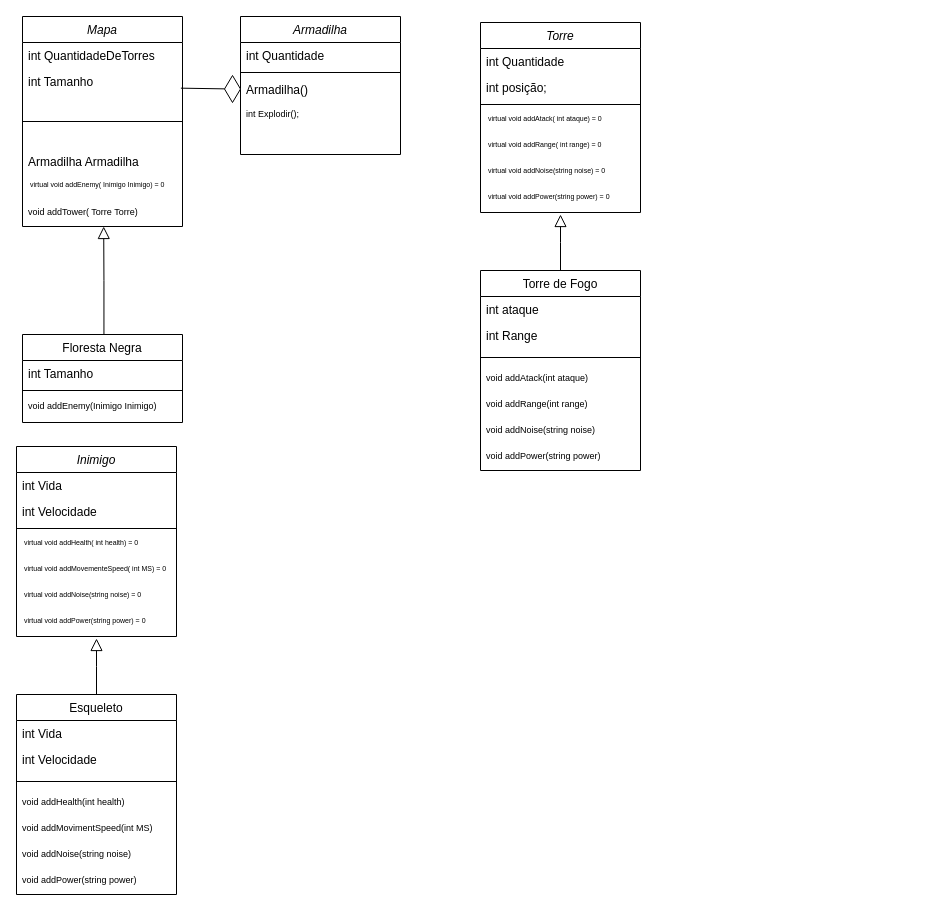
Earlier version of the draw.io diagram Diagrama sem nome.drawio (GabsRMartins/Trabalho-final-PDS2). Source tidied: cells renumbered, new cells numbered last; positions are measured from the earlier drawing's top-left corner, leaving out a move shared by most shapes. Both pictures are drawn from the tidied source at 100%, with x=0, y=0 at pixel (16, 16).
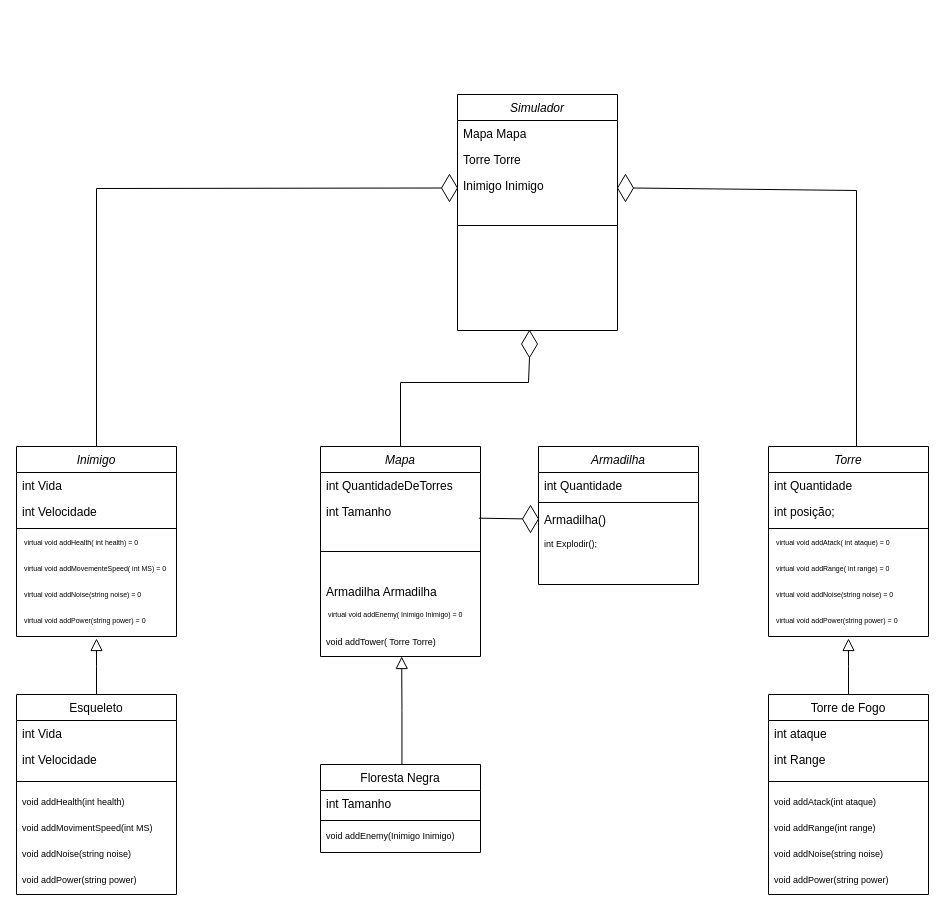
The same page after the edit.

Unchanged cells that the change refers to:
```xml
<mxCell id="38" value="Inimigo" style="swimlane;fontStyle=2;align=center;verticalAlign=top;horizontal=1;startSize=26;rounded=0;shadow=0;strokeWidth=1;" parent="1" vertex="1">
  <mxGeometry y="430" width="160" height="190" as="geometry" />
</mxCell>
```

Change to the diagram source:
```diff
@@
     <mxCell id="2" value="Mapa" style="swimlane;fontStyle=2;align=center;verticalAlign=top;horizontal=1;startSize=26;rounded=0;shadow=0;strokeWidth=1;" parent="1" vertex="1">
-      <mxGeometry x="6" width="160" height="210" as="geometry" />
+      <mxGeometry x="304" y="430" width="160" height="210" as="geometry" />
     </mxCell>
@@
     <mxCell id="9" value="Floresta Negra" style="swimlane;fontStyle=0;align=center;verticalAlign=top;horizontal=1;startSize=26;rounded=0;shadow=0;strokeWidth=1;" parent="1" vertex="1">
-      <mxGeometry x="6" y="318" width="160" height="88" as="geometry" />
+      <mxGeometry x="304" y="748" width="160" height="88" as="geometry" />
     </mxCell>
@@
     <mxCell id="13" style="endArrow=block;endSize=10;endFill=0;shadow=0;strokeWidth=1;rounded=0;curved=0;edgeStyle=elbowEdgeStyle;elbow=vertical;exitX=0.509;exitY=-0.004;exitDx=0;exitDy=0;exitPerimeter=0;" parent="1" edge="1" source="9">
       <mxGeometry relative="1" as="geometry">
-        <mxPoint x="87.2" y="210" as="targetPoint" />
+        <mxPoint x="385.2" y="640" as="targetPoint" />
       </mxGeometry>
     </mxCell>
@@
     <mxCell id="15" value="Armadilha" style="swimlane;fontStyle=2;align=center;verticalAlign=top;horizontal=1;startSize=26;rounded=0;shadow=0;strokeWidth=1;" parent="1" vertex="1">
-      <mxGeometry x="224" width="160" height="138" as="geometry" />
+      <mxGeometry x="522" y="430" width="160" height="138" as="geometry" />
     </mxCell>
@@
     <mxCell id="20" style="rhombus;whiteSpace=wrap;html=1;" parent="1" vertex="1">
-      <mxGeometry x="208" y="59" width="16" height="27" as="geometry" />
+      <mxGeometry x="506" y="489" width="16" height="27" as="geometry" />
     </mxCell>
     <mxCell id="21" value="Torre" style="swimlane;fontStyle=2;align=center;verticalAlign=top;horizontal=1;startSize=26;rounded=0;shadow=0;strokeWidth=1;" parent="1" vertex="1">
-      <mxGeometry x="464" y="6" width="160" height="190" as="geometry" />
+      <mxGeometry x="752" y="430" width="160" height="190" as="geometry" />
     </mxCell>
@@
     <mxCell id="29" value="Torre de Fogo" style="swimlane;fontStyle=0;align=center;verticalAlign=top;horizontal=1;startSize=26;rounded=0;shadow=0;strokeWidth=1;" parent="1" vertex="1">
-      <mxGeometry x="464" y="254" width="160" height="200" as="geometry" />
+      <mxGeometry x="752" y="678" width="160" height="200" as="geometry" />
     </mxCell>
@@
     <mxCell id="37" style="endArrow=block;endSize=10;endFill=0;shadow=0;strokeWidth=1;rounded=0;curved=0;edgeStyle=elbowEdgeStyle;elbow=vertical;exitX=0.5;exitY=0;exitDx=0;exitDy=0;" parent="1" edge="1" source="29">
       <mxGeometry relative="1" as="geometry">
-        <mxPoint x="544" y="198" as="targetPoint" />
+        <mxPoint x="832" y="622" as="targetPoint" />
       </mxGeometry>
     </mxCell>
@@
+    <mxCell id="55" value="Simulador" style="swimlane;fontStyle=2;align=center;verticalAlign=top;horizontal=1;startSize=26;rounded=0;shadow=0;strokeWidth=1;" parent="1" vertex="1">
+      <mxGeometry x="441" y="78" width="160" height="236" as="geometry" />
+    </mxCell>
+    <mxCell id="56" value="Mapa Mapa" style="text;align=left;verticalAlign=top;spacingLeft=4;spacingRight=4;overflow=hidden;" parent="55" vertex="1">
+      <mxGeometry y="26" width="160" height="26" as="geometry" />
+    </mxCell>
+    <mxCell id="57" value="Torre Torre" style="text;align=left;verticalAlign=top;spacingLeft=4;spacingRight=4;overflow=hidden;" parent="55" vertex="1">
+      <mxGeometry y="52" width="160" height="26" as="geometry" />
+    </mxCell>
+    <mxCell id="58" value="Inimigo Inimigo" style="text;align=left;verticalAlign=top;spacingLeft=4;spacingRight=4;overflow=hidden;" parent="55" vertex="1">
+      <mxGeometry y="78" width="160" height="26" as="geometry" />
+    </mxCell>
+    <mxCell id="59" style="line;html=1;strokeWidth=1;align=left;verticalAlign=middle;spacingTop=-1;spacingLeft=3;spacingRight=3;labelPosition=right;" parent="55" vertex="1">
+      <mxGeometry y="104" width="160" height="54" as="geometry" />
+    </mxCell>
+    <mxCell id="60" style="rhombus;whiteSpace=wrap;html=1;" parent="1" vertex="1">
+      <mxGeometry x="505" y="314" width="16" height="27" as="geometry" />
+    </mxCell>
+    <mxCell id="61" style="rhombus;whiteSpace=wrap;html=1;" parent="1" vertex="1">
+      <mxGeometry x="601" y="158" width="16" height="27" as="geometry" />
+    </mxCell>
+    <mxCell id="62" style="rhombus;whiteSpace=wrap;html=1;" parent="1" vertex="1">
+      <mxGeometry x="425" y="158" width="16" height="27" as="geometry" />
+    </mxCell>
+    <mxCell id="63" style="endArrow=none;html=1;rounded=0;entryX=0.5;entryY=0;entryDx=0;entryDy=0;exitX=0;exitY=0.5;exitDx=0;exitDy=0;" parent="1" edge="1" source="62" target="38">
+      <mxGeometry relative="1" as="geometry">
+        <Array as="points">
+          <mxPoint x="80" y="172" />
+        </Array>
+      </mxGeometry>
+    </mxCell>
+    <mxCell id="64" style="endArrow=none;html=1;rounded=0;exitX=1;exitY=0.5;exitDx=0;exitDy=0;" parent="1" edge="1" source="61">
+      <mxGeometry relative="1" as="geometry">
+        <mxPoint x="840" y="430" as="targetPoint" />
+        <Array as="points">
+          <mxPoint x="840" y="174" />
+          <mxPoint x="840" y="430" />
+        </Array>
+      </mxGeometry>
+    </mxCell>
+    <mxCell id="65" style="endArrow=none;html=1;rounded=0;exitX=0.5;exitY=0;exitDx=0;exitDy=0;entryX=0.5;entryY=1;entryDx=0;entryDy=0;" parent="1" edge="1" source="2" target="60">
+      <mxGeometry relative="1" as="geometry">
+        <Array as="points">
+          <mxPoint x="384" y="366" />
+          <mxPoint x="512" y="366" />
+        </Array>
+      </mxGeometry>
+    </mxCell>
```
